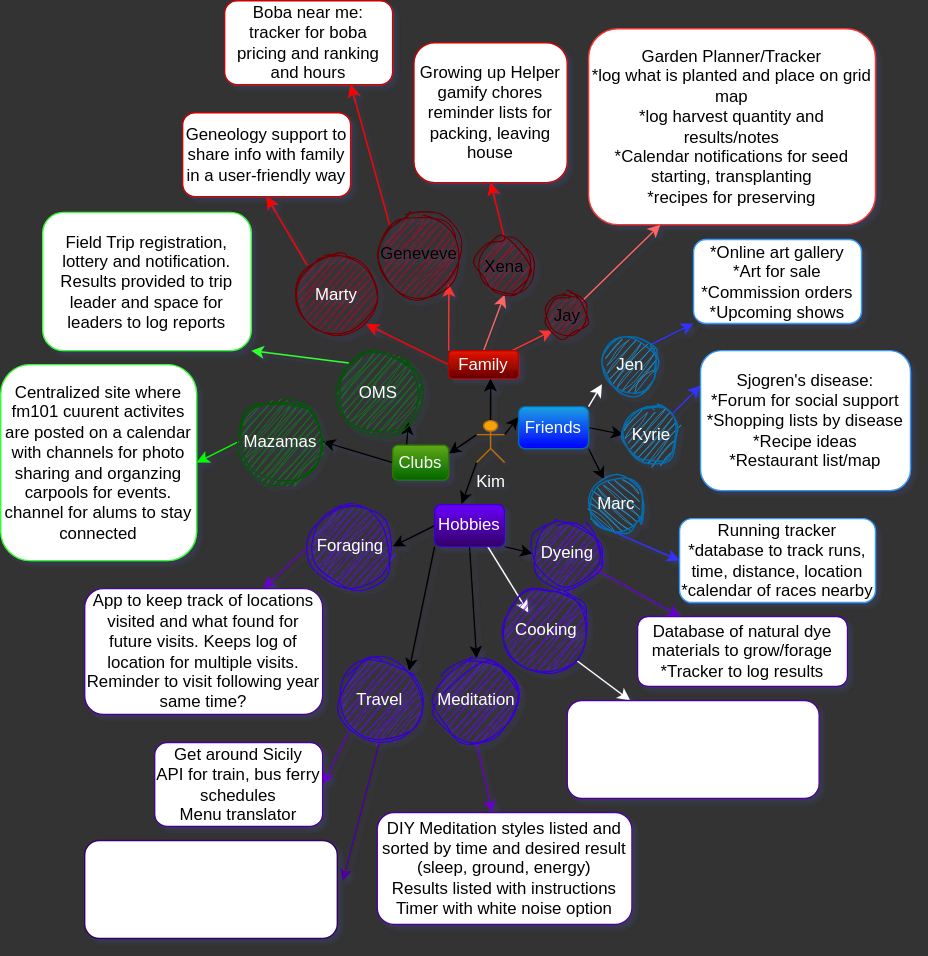
Above: idea-board.drawio.svg in kimmykokonut/capstone-idea-board (draw.io), before the change. Source tidied: cells renumbered, new cells last; positions are measured from the earlier drawing's top-left corner, leaving out a move shared by most shapes.
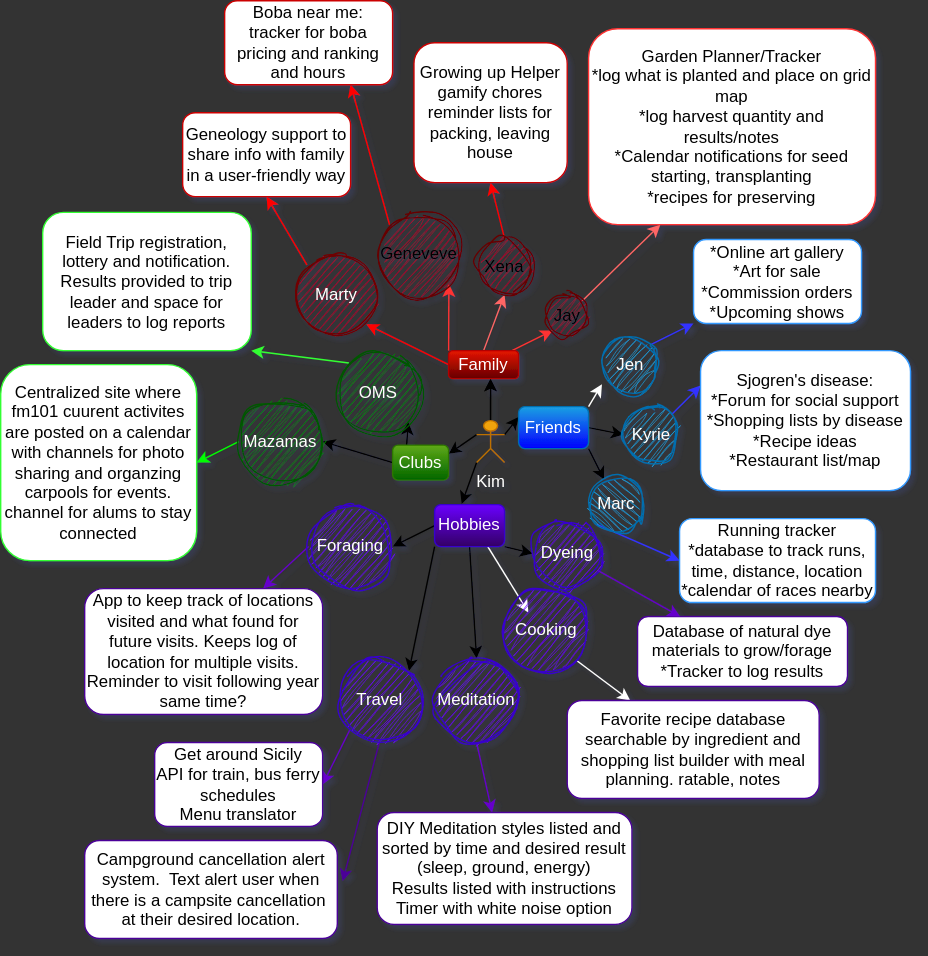
After the commit.

Diff of the diagram source:
```diff
@@ -212,10 +212,10 @@
     <mxCell id="68" value="Cooking" style="ellipse;whiteSpace=wrap;html=1;rounded=1;shadow=0;glass=0;labelBackgroundColor=none;sketch=1;fillColor=#6a00ff;fontColor=#ffffff;strokeColor=#3700CC;curveFitting=1;jiggle=2;" parent="1" vertex="1">
       <mxGeometry x="360" y="420" width="60" height="60" as="geometry" />
     </mxCell>
-    <mxCell id="69" value="Favorite recipe database searchable by ingredient and shopping list builder with meal planning. ratable, notes" style="rounded=1;whiteSpace=wrap;html=1;shadow=0;glass=0;labelBackgroundColor=none;strokeColor=#4C0099;fontColor=#FFFFFF;fillColor=default;gradientColor=none;" parent="1" vertex="1">
+    <mxCell id="69" value="Favorite recipe database searchable by ingredient and shopping list builder with meal planning. ratable, notes" style="rounded=1;whiteSpace=wrap;html=1;shadow=0;glass=0;labelBackgroundColor=none;strokeColor=#4C0099;fontColor=default;fillColor=default;gradientColor=none;labelBorderColor=none;" parent="1" vertex="1">
       <mxGeometry x="404.8" y="500" width="180" height="70" as="geometry" />
     </mxCell>
-    <mxCell id="70" value="Campground cancellation alert system.&amp;nbsp; Text alert user when there is a campsite cancellation&amp;nbsp; at their desired location.&lt;br&gt;" style="rounded=1;whiteSpace=wrap;html=1;shadow=0;glass=0;labelBackgroundColor=none;sketch=0;strokeColor=#330066;fontColor=#FFFFFF;fillColor=default;gradientColor=none;" parent="1" vertex="1">
+    <mxCell id="70" value="Campground cancellation alert system.&amp;nbsp; Text alert user when there is a campsite cancellation&amp;nbsp; at their desired location.&lt;br&gt;" style="rounded=1;whiteSpace=wrap;html=1;shadow=0;glass=0;labelBackgroundColor=none;sketch=0;strokeColor=#4C0099;fontColor=default;fillColor=default;gradientColor=none;labelBorderColor=none;" parent="1" vertex="1">
       <mxGeometry x="60" y="600" width="180.5" height="70" as="geometry" />
     </mxCell>
   </root>
```
